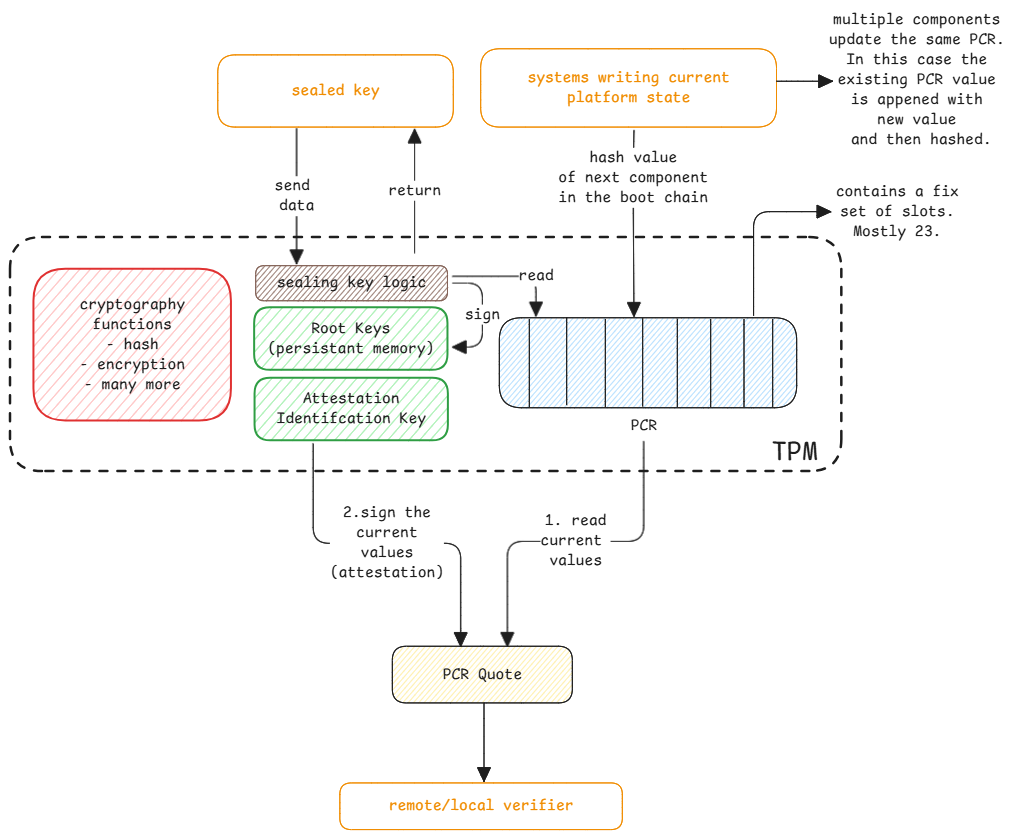
This is static/img/tpm-pcr.excalidraw.png from swaroopar/inprogress-engineer, a Excalidraw export, as it was before one commit. Source tidied: one line per element, renumbered; positions are measured from the earlier drawing's top-left corner, leaving out a move shared by most shapes. Source of this version:
```json
{"id": 0, "type": "rectangle", "strokeColor": "#1e1e1e", "strokeWidth": 2, "strokeStyle": "dashed", "roughness": 0, "round": true, "x": 0, "y": 227, "width": 831, "height": 234}
{"id": 1, "type": "rectangle", "strokeColor": "#1e1e1e", "backgroundColor": "#a5d8ff", "fillStyle": "hachure", "strokeWidth": 1, "roughness": 0, "round": true, "x": 489, "y": 308, "width": 297, "height": 90}
{"id": 2, "type": "text", "text": "PCR", "strokeColor": "#1e1e1e", "strokeWidth": 1, "roughness": 0, "fontSize": 16, "fontFamily": 8, "x": 621, "y": 406, "width": 26, "height": 20}
{"id": 3, "type": "line", "strokeColor": "#1e1e1e", "strokeWidth": 1, "roughness": 0, "endArrowhead": "triangle", "round": true, "x": 557, "y": 307, "width": 0, "height": 88, "points": [[0, 0], [0, 88]]}
{"id": 4, "type": "line", "strokeColor": "#1e1e1e", "strokeWidth": 1, "roughness": 0, "endArrowhead": "triangle", "round": true, "x": 595, "y": 309, "width": 0, "height": 88, "points": [[0, 0], [0, 88]]}
{"id": 5, "type": "line", "strokeColor": "#1e1e1e", "strokeWidth": 1, "roughness": 0, "endArrowhead": "triangle", "round": true, "x": 633, "y": 308, "width": 0, "height": 88, "points": [[0, 0], [0, 88]]}
{"id": 6, "type": "line", "strokeColor": "#1e1e1e", "strokeWidth": 1, "roughness": 0, "endArrowhead": "triangle", "round": true, "x": 519, "y": 309, "width": 0, "height": 88, "points": [[0, 0], [0, 88]]}
{"id": 7, "type": "line", "strokeColor": "#1e1e1e", "strokeWidth": 1, "roughness": 0, "endArrowhead": "triangle", "round": true, "x": 667, "y": 309, "width": 0, "height": 88, "points": [[0, 0], [0, 88]]}
{"id": 8, "type": "line", "strokeColor": "#1e1e1e", "strokeWidth": 1, "roughness": 0, "endArrowhead": "triangle", "round": true, "x": 701, "y": 309, "width": 0, "height": 88, "points": [[0, 0], [0, 88]]}
{"id": 9, "type": "line", "strokeColor": "#1e1e1e", "strokeWidth": 1, "roughness": 0, "endArrowhead": "triangle", "round": true, "x": 734, "y": 309, "width": 0, "height": 88, "points": [[0, 0], [0, 88]]}
{"id": 10, "type": "line", "strokeColor": "#1e1e1e", "strokeWidth": 1, "roughness": 0, "endArrowhead": "triangle", "round": true, "x": 763, "y": 309, "width": 0, "height": 88, "points": [[0, 0], [0, 88]]}
{"id": 11, "type": "arrow", "strokeColor": "#1e1e1e", "strokeWidth": 1, "roughness": 0, "endArrowhead": "triangle", "from": 1, "x": 744, "y": 306, "width": 77, "height": 104, "points": [[0, 0], [0, -104], [77, -104]]}
{"id": 12, "type": "text", "text": "contains a fix\nset of slots.\nMostly 23.", "strokeColor": "#1e1e1e", "strokeWidth": 1, "roughness": 0, "fontSize": 16, "fontFamily": 8, "textAlign": "center", "x": 826, "y": 172, "width": 123, "height": 60}
{"id": 13, "type": "rectangle", "strokeColor": "#e03131", "backgroundColor": "#ffc9c9", "fillStyle": "hachure", "strokeWidth": 2, "roughness": 0, "round": true, "x": 23, "y": 259, "width": 198, "height": 152}
{"id": 14, "type": "text", "text": "cryptography\nfunctions\n- hash\n- encryption\n- many more", "strokeColor": "#1e1e1e", "strokeWidth": 1, "roughness": 0, "fontSize": 16, "fontFamily": 8, "textAlign": "center", "verticalAlign": "middle", "inside": 13, "x": 69, "y": 285, "width": 106, "height": 100}
{"id": 15, "type": "rectangle", "strokeColor": "#2f9e44", "backgroundColor": "#b2f2bb", "fillStyle": "hachure", "strokeWidth": 2, "roughness": 0, "round": true, "x": 244, "y": 297, "width": 193, "height": 62}
{"id": 16, "type": "text", "text": "Root Keys\n(persistant memory)", "strokeColor": "#1e1e1e", "strokeWidth": 1, "roughness": 0, "fontSize": 16, "fontFamily": 8, "textAlign": "center", "verticalAlign": "middle", "inside": 15, "x": 257, "y": 309, "width": 167, "height": 40}
{"id": 17, "type": "rectangle", "strokeColor": "#2f9e44", "backgroundColor": "#b2f2bb", "fillStyle": "hachure", "strokeWidth": 2, "roughness": 0, "round": true, "x": 245, "y": 368, "width": 193, "height": 62}
{"id": 18, "type": "text", "text": "Attestation\nIdentifcation Key", "strokeColor": "#1e1e1e", "strokeWidth": 1, "roughness": 0, "fontSize": 16, "fontFamily": 8, "textAlign": "center", "verticalAlign": "middle", "inside": 17, "x": 266, "y": 379, "width": 150, "height": 40}
{"id": 19, "type": "rectangle", "strokeColor": "#1e1e1e", "backgroundColor": "#ffec99", "fillStyle": "hachure", "strokeWidth": 1, "roughness": 0, "round": true, "x": 382, "y": 636, "width": 180, "height": 57}
{"id": 20, "type": "text", "text": "PCR Quote", "strokeColor": "#1e1e1e", "strokeWidth": 1, "roughness": 0, "fontSize": 16, "fontFamily": 8, "textAlign": "center", "verticalAlign": "middle", "inside": 19, "x": 433, "y": 655, "width": 79, "height": 20}
{"id": 21, "type": "arrow", "strokeColor": "#1e1e1e", "strokeWidth": 1, "roughness": 0, "endArrowhead": "triangle", "from": 2, "to": 19, "x": 634, "y": 431, "width": 136, "height": 205, "points": [[0, 0], [0, 100], [-136, 100], [-136, 205]]}
{"id": 22, "type": "text", "text": "1. read\ncurrent \nvalues", "strokeColor": "#1e1e1e", "strokeWidth": 1, "roughness": 0, "fontSize": 16, "fontFamily": 8, "textAlign": "center", "verticalAlign": "middle", "inside": 21, "x": 535, "y": 462, "width": 70, "height": 60}
{"id": 23, "type": "arrow", "strokeColor": "#1e1e1e", "strokeWidth": 1, "roughness": 0, "endArrowhead": "triangle", "from": 17, "to": 19, "x": 303, "y": 434, "width": 148, "height": 203, "points": [[0, 0], [0, 100], [148, 100], [148, 203]]}
{"id": 24, "type": "text", "text": "2.sign the\ncurrent\nvalues\n(attestation)", "strokeColor": "#1e1e1e", "strokeWidth": 1, "roughness": 0, "fontSize": 16, "fontFamily": 8, "textAlign": "center", "verticalAlign": "middle", "inside": 23, "x": 321, "y": 483, "width": 114, "height": 80}
{"id": 25, "type": "rectangle", "strokeColor": "#f08c00", "strokeWidth": 1, "roughness": 0, "round": true, "x": 330, "y": 773, "width": 282, "height": 47}
{"id": 26, "type": "text", "text": "remote/local verifier", "strokeColor": "#f08c00", "strokeWidth": 1, "roughness": 0, "fontSize": 16, "fontFamily": 8, "textAlign": "center", "verticalAlign": "middle", "inside": 25, "x": 379, "y": 786, "width": 185, "height": 20}
{"id": 27, "type": "arrow", "strokeColor": "#1e1e1e", "strokeWidth": 1, "roughness": 0, "endArrowhead": "triangle", "from": 19, "x": 474, "y": 693, "width": 0, "height": 78, "points": [[0, 0], [0, 78]]}
{"id": 28, "type": "arrow", "strokeColor": "#1e1e1e", "strokeWidth": 1, "roughness": 0, "endArrowhead": "triangle", "from": 30, "to": 1, "x": 624, "y": 120, "width": 1, "height": 186, "points": [[0, 0], [-1, 47], [0, 186]]}
{"id": 29, "type": "text", "text": "hash value\nof next component\nin the boot chain", "strokeColor": "#1e1e1e", "strokeWidth": 1, "roughness": 0, "fontSize": 16, "fontFamily": 8, "textAlign": "center", "verticalAlign": "middle", "inside": 28, "x": 548, "y": 138, "width": 150, "height": 60}
{"id": 30, "type": "rectangle", "strokeColor": "#f08c00", "strokeWidth": 1, "roughness": 0, "round": true, "x": 471, "y": 39, "width": 296, "height": 78}
{"id": 31, "type": "text", "text": "systems writing current\nplatform state", "strokeColor": "#f08c00", "strokeWidth": 1, "roughness": 0, "fontSize": 16, "fontFamily": 8, "textAlign": "center", "verticalAlign": "middle", "inside": 30, "x": 517, "y": 58, "width": 202, "height": 40}
{"id": 32, "type": "arrow", "strokeColor": "#1e1e1e", "strokeWidth": 1, "roughness": 0, "endArrowhead": "triangle", "x": 767, "y": 71, "width": 56, "height": 0, "points": [[0, 0], [56, 0]]}
{"id": 33, "type": "text", "text": "multiple components \nupdate the same PCR. \nIn this case the \nexisting PCR value \nis appened with \nnew value \nand then hashed.", "strokeColor": "#1e1e1e", "strokeWidth": 1, "roughness": 0, "fontSize": 16, "fontFamily": 8, "textAlign": "center", "x": 819, "y": 0, "width": 185, "height": 140}
{"id": 34, "type": "rectangle", "strokeColor": "#f08c00", "strokeWidth": 1, "roughness": 0, "round": true, "x": 208, "y": 45, "width": 236, "height": 72}
{"id": 35, "type": "text", "text": "sealed key", "strokeColor": "#f08c00", "strokeWidth": 1, "roughness": 0, "fontSize": 16, "fontFamily": 8, "textAlign": "center", "verticalAlign": "middle", "inside": 34, "x": 282, "y": 71, "width": 88, "height": 20}
{"id": 36, "type": "arrow", "strokeColor": "#1e1e1e", "strokeWidth": 1, "roughness": 0, "endArrowhead": "triangle", "to": 38, "x": 287, "y": 119, "width": 0, "height": 135, "points": [[0, 0], [0, 135]]}
{"id": 37, "type": "text", "text": "send \ndata", "strokeColor": "#1e1e1e", "strokeWidth": 1, "roughness": 0, "fontSize": 16, "fontFamily": 8, "textAlign": "center", "verticalAlign": "middle", "inside": 36, "x": 223, "y": 173, "width": 44, "height": 40}
{"id": 38, "type": "rectangle", "strokeColor": "#846358", "backgroundColor": "#846358", "fillStyle": "hachure", "strokeWidth": 1, "roughness": 0, "round": true, "x": 246, "y": 256, "width": 192, "height": 35}
{"id": 39, "type": "text", "text": "sealing key logic", "strokeColor": "#1e1e1e", "strokeWidth": 1, "roughness": 0, "fontSize": 16, "fontFamily": 8, "textAlign": "center", "verticalAlign": "middle", "inside": 38, "x": 267, "y": 263, "width": 150, "height": 20}
{"id": 40, "type": "arrow", "strokeColor": "#1e1e1e", "strokeWidth": 1, "roughness": 0, "endArrowhead": "triangle", "from": 38, "to": 1, "x": 442, "y": 266, "width": 84, "height": 40, "points": [[0, 0], [84, 0], [84, 40]]}
{"id": 41, "type": "text", "text": "read", "strokeColor": "#1e1e1e", "strokeWidth": 1, "roughness": 0, "fontSize": 16, "fontFamily": 8, "textAlign": "center", "verticalAlign": "middle", "inside": 40, "x": 508, "y": 255, "width": 35, "height": 20}
{"id": 42, "type": "arrow", "strokeColor": "#1e1e1e", "strokeWidth": 1, "roughness": 0, "endArrowhead": "triangle", "from": 38, "to": 15, "x": 442, "y": 273, "width": 30, "height": 64, "points": [[0, 0], [30, 0], [30, 64], [0, 64]]}
{"id": 43, "type": "text", "text": "sign", "strokeColor": "#1e1e1e", "strokeWidth": 1, "roughness": 0, "fontSize": 16, "fontFamily": 8, "textAlign": "center", "verticalAlign": "middle", "inside": 42, "x": 455, "y": 295, "width": 35, "height": 20}
{"id": 44, "type": "arrow", "strokeColor": "#1e1e1e", "strokeWidth": 1, "roughness": 0, "endArrowhead": "triangle", "to": 34, "x": 405, "y": 243, "width": 0, "height": 124, "points": [[0, 0], [0, -124]]}
{"id": 45, "type": "text", "text": "return", "strokeColor": "#1e1e1e", "strokeWidth": 1, "roughness": 0, "fontSize": 16, "fontFamily": 8, "textAlign": "center", "verticalAlign": "middle", "inside": 44, "x": 318, "y": 172, "width": 53, "height": 20}
{"id": 46, "type": "text", "text": "TPM", "strokeColor": "#1e1e1e", "backgroundColor": "#846358", "fillStyle": "hachure", "strokeWidth": 2, "strokeStyle": "dashed", "roughness": 0, "fontSize": 28, "fontFamily": 8, "textAlign": "center", "x": 761, "y": 426, "width": 46, "height": 35}
```
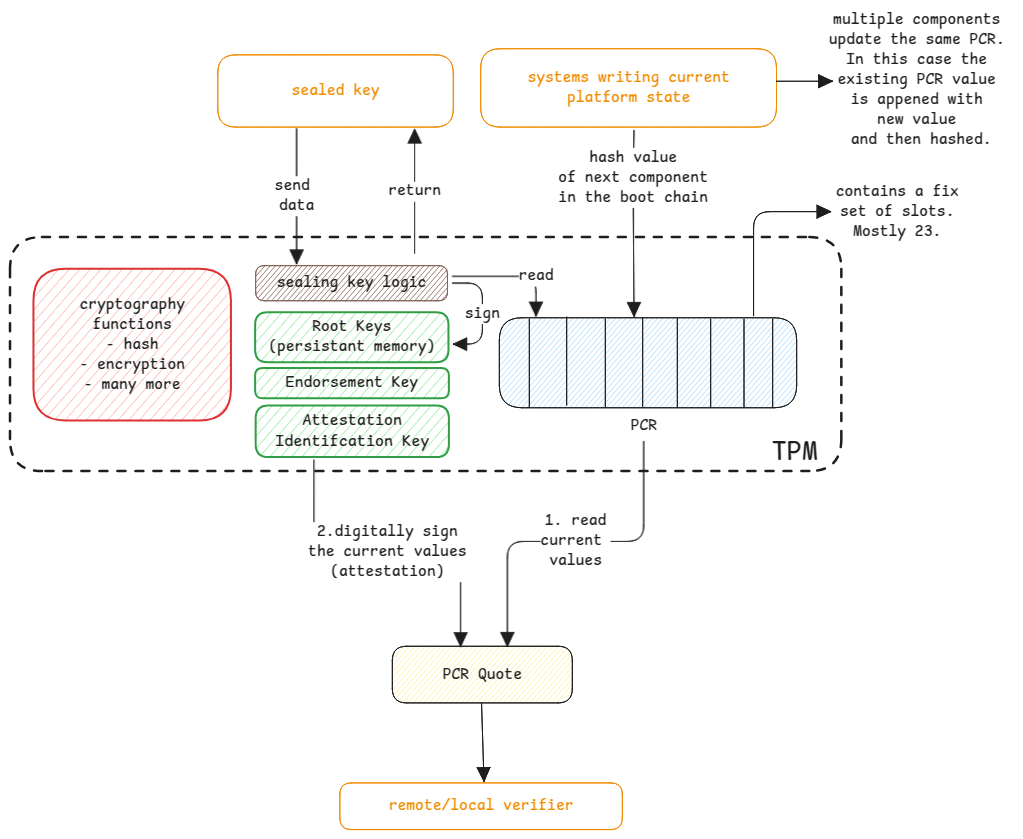
The same diagram one commit later.

Commit message:
extend TPM attestation doc

Diff of the diagram source:
```diff
@@ -13,19 +13,19 @@
 {"id": 12, "type": "text", "text": "contains a fix\nset of slots.\nMostly 23.", "strokeColor": "#1e1e1e", "strokeWidth": 1, "roughness": 0, "fontSize": 16, "fontFamily": 8, "textAlign": "center", "x": 826, "y": 172, "width": 123, "height": 60}
 {"id": 13, "type": "rectangle", "strokeColor": "#e03131", "backgroundColor": "#ffc9c9", "fillStyle": "hachure", "strokeWidth": 2, "roughness": 0, "round": true, "x": 23, "y": 259, "width": 198, "height": 152}
 {"id": 14, "type": "text", "text": "cryptography\nfunctions\n- hash\n- encryption\n- many more", "strokeColor": "#1e1e1e", "strokeWidth": 1, "roughness": 0, "fontSize": 16, "fontFamily": 8, "textAlign": "center", "verticalAlign": "middle", "inside": 13, "x": 69, "y": 285, "width": 106, "height": 100}
-{"id": 15, "type": "rectangle", "strokeColor": "#2f9e44", "backgroundColor": "#b2f2bb", "fillStyle": "hachure", "strokeWidth": 2, "roughness": 0, "round": true, "x": 244, "y": 297, "width": 193, "height": 62}
+{"id": 15, "type": "rectangle", "strokeColor": "#2f9e44", "backgroundColor": "#b2f2bb", "fillStyle": "hachure", "strokeWidth": 2, "roughness": 0, "round": true, "x": 245, "y": 302, "width": 193, "height": 50}
-{"id": 16, "type": "text", "text": "Root Keys\n(persistant memory)", "strokeColor": "#1e1e1e", "strokeWidth": 1, "roughness": 0, "fontSize": 16, "fontFamily": 8, "textAlign": "center", "verticalAlign": "middle", "inside": 15, "x": 257, "y": 309, "width": 167, "height": 40}
+{"id": 16, "type": "text", "text": "Root Keys\n(persistant memory)", "strokeColor": "#1e1e1e", "strokeWidth": 1, "roughness": 0, "fontSize": 16, "fontFamily": 8, "textAlign": "center", "verticalAlign": "middle", "inside": 15, "x": 258, "y": 307, "width": 167, "height": 40}
-{"id": 17, "type": "rectangle", "strokeColor": "#2f9e44", "backgroundColor": "#b2f2bb", "fillStyle": "hachure", "strokeWidth": 2, "roughness": 0, "round": true, "x": 245, "y": 368, "width": 193, "height": 62}
+{"id": 17, "type": "rectangle", "strokeColor": "#2f9e44", "backgroundColor": "#b2f2bb", "fillStyle": "hachure", "strokeWidth": 2, "roughness": 0, "round": true, "x": 246, "y": 396, "width": 193, "height": 51}
-{"id": 18, "type": "text", "text": "Attestation\nIdentifcation Key", "strokeColor": "#1e1e1e", "strokeWidth": 1, "roughness": 0, "fontSize": 16, "fontFamily": 8, "textAlign": "center", "verticalAlign": "middle", "inside": 17, "x": 266, "y": 379, "width": 150, "height": 40}
+{"id": 18, "type": "text", "text": "Attestation\nIdentifcation Key", "strokeColor": "#1e1e1e", "strokeWidth": 1, "roughness": 0, "fontSize": 16.5, "fontFamily": 8, "textAlign": "center", "verticalAlign": "middle", "inside": 17, "x": 265, "y": 401, "width": 154, "height": 41}
 {"id": 19, "type": "rectangle", "strokeColor": "#1e1e1e", "backgroundColor": "#ffec99", "fillStyle": "hachure", "strokeWidth": 1, "roughness": 0, "round": true, "x": 382, "y": 636, "width": 180, "height": 57}
 {"id": 20, "type": "text", "text": "PCR Quote", "strokeColor": "#1e1e1e", "strokeWidth": 1, "roughness": 0, "fontSize": 16, "fontFamily": 8, "textAlign": "center", "verticalAlign": "middle", "inside": 19, "x": 433, "y": 655, "width": 79, "height": 20}
 {"id": 21, "type": "arrow", "strokeColor": "#1e1e1e", "strokeWidth": 1, "roughness": 0, "endArrowhead": "triangle", "from": 2, "to": 19, "x": 634, "y": 431, "width": 136, "height": 205, "points": [[0, 0], [0, 100], [-136, 100], [-136, 205]]}
 {"id": 22, "type": "text", "text": "1. read\ncurrent \nvalues", "strokeColor": "#1e1e1e", "strokeWidth": 1, "roughness": 0, "fontSize": 16, "fontFamily": 8, "textAlign": "center", "verticalAlign": "middle", "inside": 21, "x": 535, "y": 462, "width": 70, "height": 60}
-{"id": 23, "type": "arrow", "strokeColor": "#1e1e1e", "strokeWidth": 1, "roughness": 0, "endArrowhead": "triangle", "from": 17, "to": 19, "x": 303, "y": 434, "width": 148, "height": 203, "points": [[0, 0], [0, 100], [148, 100], [148, 203]]}
+{"id": 23, "type": "arrow", "strokeColor": "#1e1e1e", "strokeWidth": 1, "roughness": 0, "endArrowhead": "triangle", "from": 17, "to": 19, "x": 304, "y": 450, "width": 147, "height": 186, "points": [[0, 0], [0, 92], [147, 92], [147, 186]]}
-{"id": 24, "type": "text", "text": "2.sign the\ncurrent\nvalues\n(attestation)", "strokeColor": "#1e1e1e", "strokeWidth": 1, "roughness": 0, "fontSize": 16, "fontFamily": 8, "textAlign": "center", "verticalAlign": "middle", "inside": 23, "x": 321, "y": 483, "width": 114, "height": 80}
+{"id": 24, "type": "text", "text": "2.digitally sign\nthe current values\n(attestation)", "strokeColor": "#1e1e1e", "strokeWidth": 1, "roughness": 0, "fontSize": 16, "fontFamily": 8, "textAlign": "center", "verticalAlign": "middle", "inside": 23, "x": 308, "y": 511, "width": 158, "height": 60}
 {"id": 25, "type": "rectangle", "strokeColor": "#f08c00", "strokeWidth": 1, "roughness": 0, "round": true, "x": 330, "y": 773, "width": 282, "height": 47}
 {"id": 26, "type": "text", "text": "remote/local verifier", "strokeColor": "#f08c00", "strokeWidth": 1, "roughness": 0, "fontSize": 16, "fontFamily": 8, "textAlign": "center", "verticalAlign": "middle", "inside": 25, "x": 379, "y": 786, "width": 185, "height": 20}
-{"id": 27, "type": "arrow", "strokeColor": "#1e1e1e", "strokeWidth": 1, "roughness": 0, "endArrowhead": "triangle", "from": 19, "x": 474, "y": 693, "width": 0, "height": 78, "points": [[0, 0], [0, 78]]}
+{"id": 27, "type": "arrow", "strokeColor": "#1e1e1e", "strokeWidth": 1, "roughness": 0, "endArrowhead": "triangle", "from": 19, "x": 472, "y": 693, "width": 2, "height": 78, "points": [[0, 0], [2, 78]]}
 {"id": 28, "type": "arrow", "strokeColor": "#1e1e1e", "strokeWidth": 1, "roughness": 0, "endArrowhead": "triangle", "from": 30, "to": 1, "x": 624, "y": 120, "width": 1, "height": 186, "points": [[0, 0], [-1, 47], [0, 186]]}
 {"id": 29, "type": "text", "text": "hash value\nof next component\nin the boot chain", "strokeColor": "#1e1e1e", "strokeWidth": 1, "roughness": 0, "fontSize": 16, "fontFamily": 8, "textAlign": "center", "verticalAlign": "middle", "inside": 28, "x": 548, "y": 138, "width": 150, "height": 60}
 {"id": 30, "type": "rectangle", "strokeColor": "#f08c00", "strokeWidth": 1, "roughness": 0, "round": true, "x": 471, "y": 39, "width": 296, "height": 78}
@@ -40,8 +40,10 @@
 {"id": 39, "type": "text", "text": "sealing key logic", "strokeColor": "#1e1e1e", "strokeWidth": 1, "roughness": 0, "fontSize": 16, "fontFamily": 8, "textAlign": "center", "verticalAlign": "middle", "inside": 38, "x": 267, "y": 263, "width": 150, "height": 20}
 {"id": 40, "type": "arrow", "strokeColor": "#1e1e1e", "strokeWidth": 1, "roughness": 0, "endArrowhead": "triangle", "from": 38, "to": 1, "x": 442, "y": 266, "width": 84, "height": 40, "points": [[0, 0], [84, 0], [84, 40]]}
 {"id": 41, "type": "text", "text": "read", "strokeColor": "#1e1e1e", "strokeWidth": 1, "roughness": 0, "fontSize": 16, "fontFamily": 8, "textAlign": "center", "verticalAlign": "middle", "inside": 40, "x": 508, "y": 255, "width": 35, "height": 20}
-{"id": 42, "type": "arrow", "strokeColor": "#1e1e1e", "strokeWidth": 1, "roughness": 0, "endArrowhead": "triangle", "from": 38, "to": 15, "x": 442, "y": 273, "width": 30, "height": 64, "points": [[0, 0], [30, 0], [30, 64], [0, 64]]}
+{"id": 42, "type": "arrow", "strokeColor": "#1e1e1e", "strokeWidth": 1, "roughness": 0, "endArrowhead": "triangle", "from": 38, "to": 15, "x": 442, "y": 273, "width": 30, "height": 61, "points": [[0, 0], [30, 0], [30, 61], [1, 61]]}
 {"id": 43, "type": "text", "text": "sign", "strokeColor": "#1e1e1e", "strokeWidth": 1, "roughness": 0, "fontSize": 16, "fontFamily": 8, "textAlign": "center", "verticalAlign": "middle", "inside": 42, "x": 455, "y": 295, "width": 35, "height": 20}
 {"id": 44, "type": "arrow", "strokeColor": "#1e1e1e", "strokeWidth": 1, "roughness": 0, "endArrowhead": "triangle", "to": 34, "x": 405, "y": 243, "width": 0, "height": 124, "points": [[0, 0], [0, -124]]}
 {"id": 45, "type": "text", "text": "return", "strokeColor": "#1e1e1e", "strokeWidth": 1, "roughness": 0, "fontSize": 16, "fontFamily": 8, "textAlign": "center", "verticalAlign": "middle", "inside": 44, "x": 318, "y": 172, "width": 53, "height": 20}
 {"id": 46, "type": "text", "text": "TPM", "strokeColor": "#1e1e1e", "backgroundColor": "#846358", "fillStyle": "hachure", "strokeWidth": 2, "strokeStyle": "dashed", "roughness": 0, "fontSize": 28, "fontFamily": 8, "textAlign": "center", "x": 761, "y": 426, "width": 46, "height": 35}
+{"id": 47, "type": "rectangle", "strokeColor": "#2f9e44", "backgroundColor": "#b2f2bb", "fillStyle": "hachure", "strokeWidth": 2, "roughness": 0, "round": true, "x": 245, "y": 358, "width": 194, "height": 30}
+{"id": 48, "type": "text", "text": "Endorsement Key", "strokeColor": "#1e1e1e", "strokeWidth": 1, "roughness": 0, "fontSize": 16.05, "fontFamily": 8, "textAlign": "center", "verticalAlign": "middle", "inside": 47, "x": 276, "y": 363, "width": 132, "height": 20}
```
